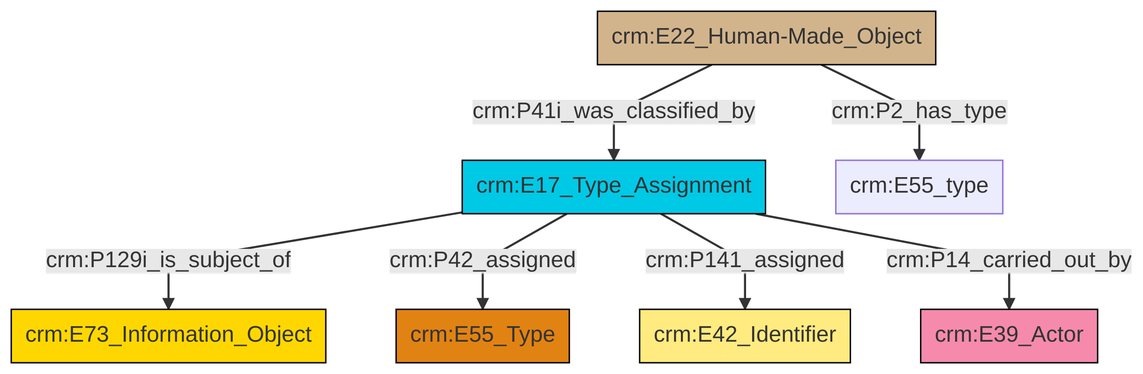
swiss-art-research-net/docs.swissartresearch keeps this Mermaid diagram as et/builtWorkCSV/ttl/mmd/png/Built_Work_designation_status.png. Above is the earlier version. Its source is kept beside it as et/builtWorkCSV/ttl/mmd/Built_Work_designation_status.ttl.mmd.
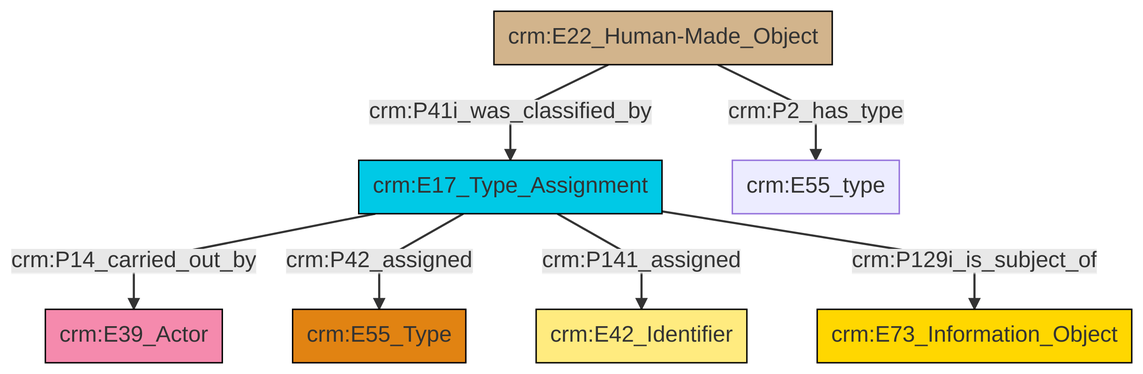
Later version of the same file.

Change to the diagram source:
```diff
@@ -13,9 +13,9 @@
 classDef PC_Classes fill:#4ce600, stroke:#000000;
 classDef Multi fill:#cccccc,stroke:#000000;
 
-0["crm:E17_Type_Assignment"]:::Temporal_Entity -->|crm:P129i_is_subject_of| 2["crm:E73_Information_Object"]:::Conceptual_Object
-0["crm:E17_Type_Assignment"]:::Temporal_Entity -->|crm:P42_assigned| 4["crm:E55_Type"]:::Type
-0["crm:E17_Type_Assignment"]:::Temporal_Entity -->|crm:P141_assigned| 6["crm:E42_Identifier"]:::Appellation
-9["crm:E22_Human-Made_Object"]:::Physical_Thing -->|crm:P2_has_type| 10["crm:E55_type"]:::Default
-9["crm:E22_Human-Made_Object"]:::Physical_Thing -->|crm:P41i_was_classified_by| 0["crm:E17_Type_Assignment"]:::Temporal_Entity
-0["crm:E17_Type_Assignment"]:::Temporal_Entity -->|crm:P14_carried_out_by| 12["crm:E39_Actor"]:::Actor
+2["crm:E17_Type_Assignment"]:::Temporal_Entity -->|crm:P14_carried_out_by| 0["crm:E39_Actor"]:::Actor
+4["crm:E22_Human-Made_Object"]:::Physical_Thing -->|crm:P2_has_type| 5["crm:E55_type"]:::Default
+4["crm:E22_Human-Made_Object"]:::Physical_Thing -->|crm:P41i_was_classified_by| 2["crm:E17_Type_Assignment"]:::Temporal_Entity
+2["crm:E17_Type_Assignment"]:::Temporal_Entity -->|crm:P42_assigned| 6["crm:E55_Type"]:::Type
+2["crm:E17_Type_Assignment"]:::Temporal_Entity -->|crm:P141_assigned| 7["crm:E42_Identifier"]:::Appellation
+2["crm:E17_Type_Assignment"]:::Temporal_Entity -->|crm:P129i_is_subject_of| 8["crm:E73_Information_Object"]:::Conceptual_Object
```
